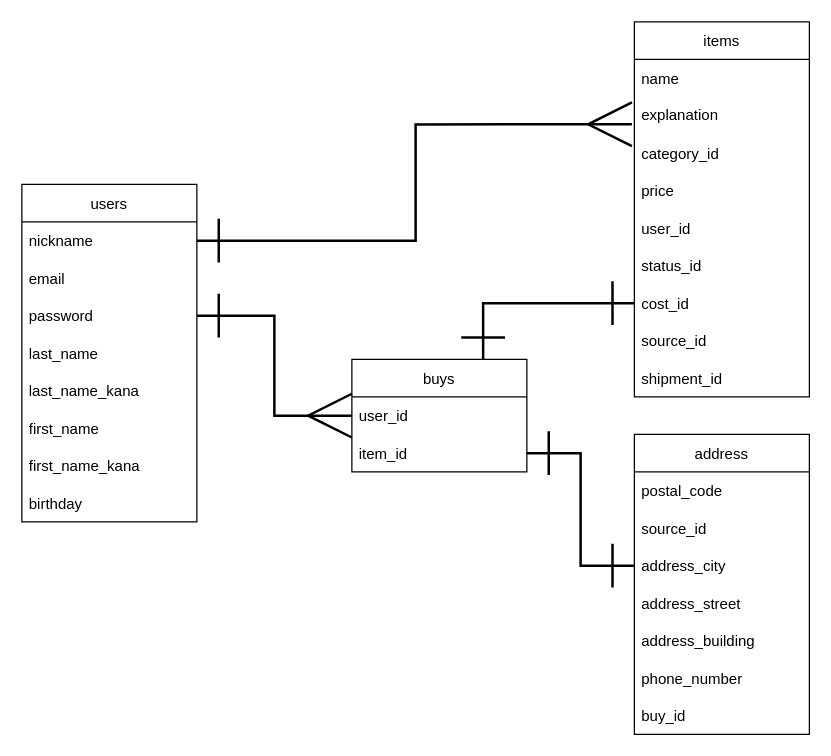
Above: ER .dio in hk5232/furima-37768 (draw.io), before the change. Source tidied: cells renumbered, new cells numbered last; positions are measured from the earlier drawing's top-left corner, leaving out a move shared by most shapes. Both pictures are drawn from the tidied source at 125%, with x=0, y=0 at pixel (21, 21).
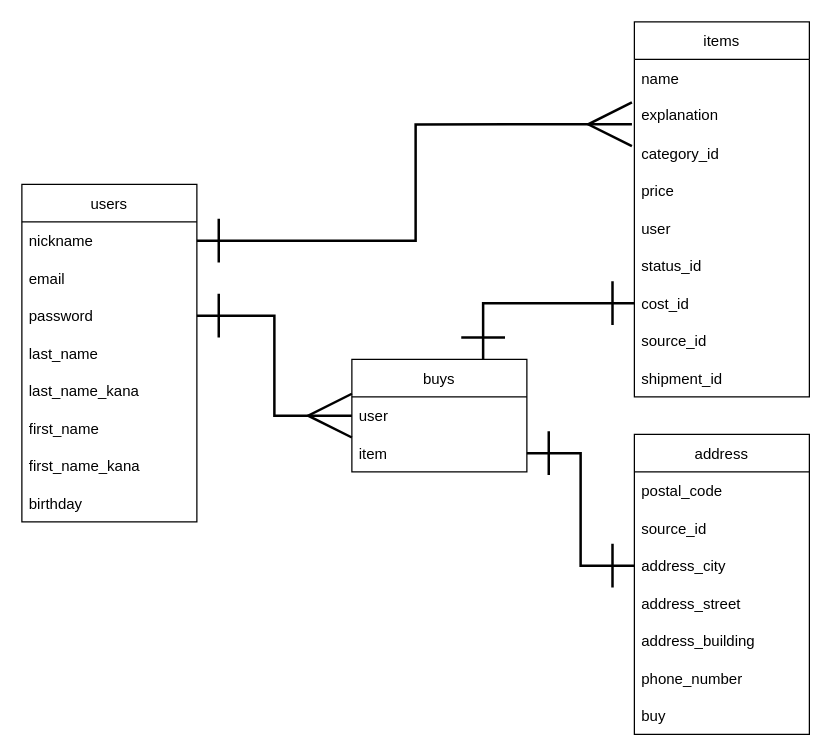
Above is the later version.

Commit message (it also covers changes not shown here):
データベース設計修正４

Unchanged cells that the change refers to:
```xml
<mxCell id="11" value="items" style="swimlane;fontStyle=0;horizontal=1;startSize=30;" parent="1" vertex="1">
  <mxGeometry x="490" width="140" height="300" as="geometry" />
</mxCell>
<mxCell id="21" value="address" style="swimlane;fontStyle=0;horizontal=1;startSize=30;" parent="1" vertex="1">
  <mxGeometry x="490" y="330" width="140" height="240" as="geometry" />
</mxCell>
<mxCell id="30" value="buys" style="swimlane;fontStyle=0;horizontal=1;startSize=30;" parent="1" vertex="1">
  <mxGeometry x="264" y="270" width="140" height="90" as="geometry" />
</mxCell>
```

Change to the diagram source:
```diff
@@
-    <mxCell id="16" value="user_id" style="text;strokeColor=none;fillColor=none;align=left;verticalAlign=middle;spacingLeft=4;spacingRight=4;overflow=hidden;" parent="11" vertex="1">
+    <mxCell id="16" value="user" style="text;strokeColor=none;fillColor=none;align=left;verticalAlign=middle;spacingLeft=4;spacingRight=4;overflow=hidden;" parent="11" vertex="1">
       <mxGeometry y="150" width="140" height="30" as="geometry" />
     </mxCell>
@@
-    <mxCell id="28" value="buy_id" style="text;strokeColor=none;fillColor=none;align=left;verticalAlign=middle;spacingLeft=4;spacingRight=4;overflow=hidden;" parent="21" vertex="1">
+    <mxCell id="28" value="buy" style="text;strokeColor=none;fillColor=none;align=left;verticalAlign=middle;spacingLeft=4;spacingRight=4;overflow=hidden;" parent="21" vertex="1">
       <mxGeometry y="210" width="140" height="30" as="geometry" />
     </mxCell>
@@
-    <mxCell id="31" value="user_id   " style="text;strokeColor=none;fillColor=none;align=left;verticalAlign=middle;spacingLeft=4;spacingRight=4;overflow=hidden;points=[[0,0.5],[1,0.5]];portConstraint=eastwest;" parent="30" vertex="1">
+    <mxCell id="31" value="user  " style="text;strokeColor=none;fillColor=none;align=left;verticalAlign=middle;spacingLeft=4;spacingRight=4;overflow=hidden;points=[[0,0.5],[1,0.5]];portConstraint=eastwest;" parent="30" vertex="1">
       <mxGeometry y="30" width="140" height="30" as="geometry" />
     </mxCell>
-    <mxCell id="32" value="item_id" style="text;strokeColor=none;fillColor=none;align=left;verticalAlign=middle;spacingLeft=4;spacingRight=4;overflow=hidden;points=[[0,0.5],[1,0.5]];portConstraint=eastwest;" parent="30" vertex="1">
+    <mxCell id="32" value="item" style="text;strokeColor=none;fillColor=none;align=left;verticalAlign=middle;spacingLeft=4;spacingRight=4;overflow=hidden;points=[[0,0.5],[1,0.5]];portConstraint=eastwest;" parent="30" vertex="1">
       <mxGeometry y="60" width="140" height="30" as="geometry" />
     </mxCell>
```
